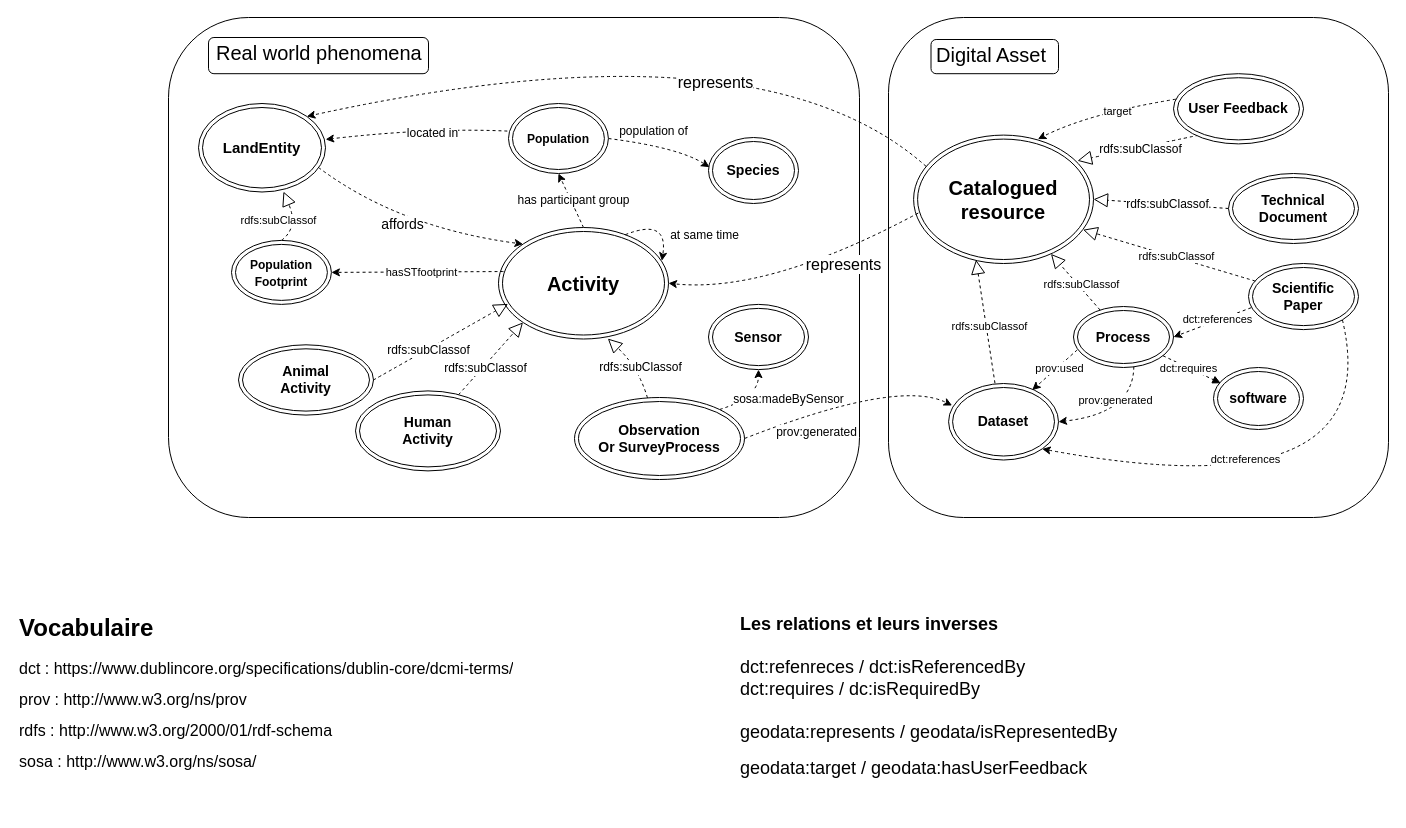
Before: page "Schema principal" (1 of 3) of docs/diagrams/model_KG_article_long.drawio in IntForOut/outdoorPressure, a draw.io diagram. Source tidied: cells renumbered, new cells numbered last; positions are measured from the earlier drawing's top-left corner, leaving out a move shared by most shapes. Both pictures are drawn from the tidied source at 100%, with x=0, y=0 at pixel (17, 17).
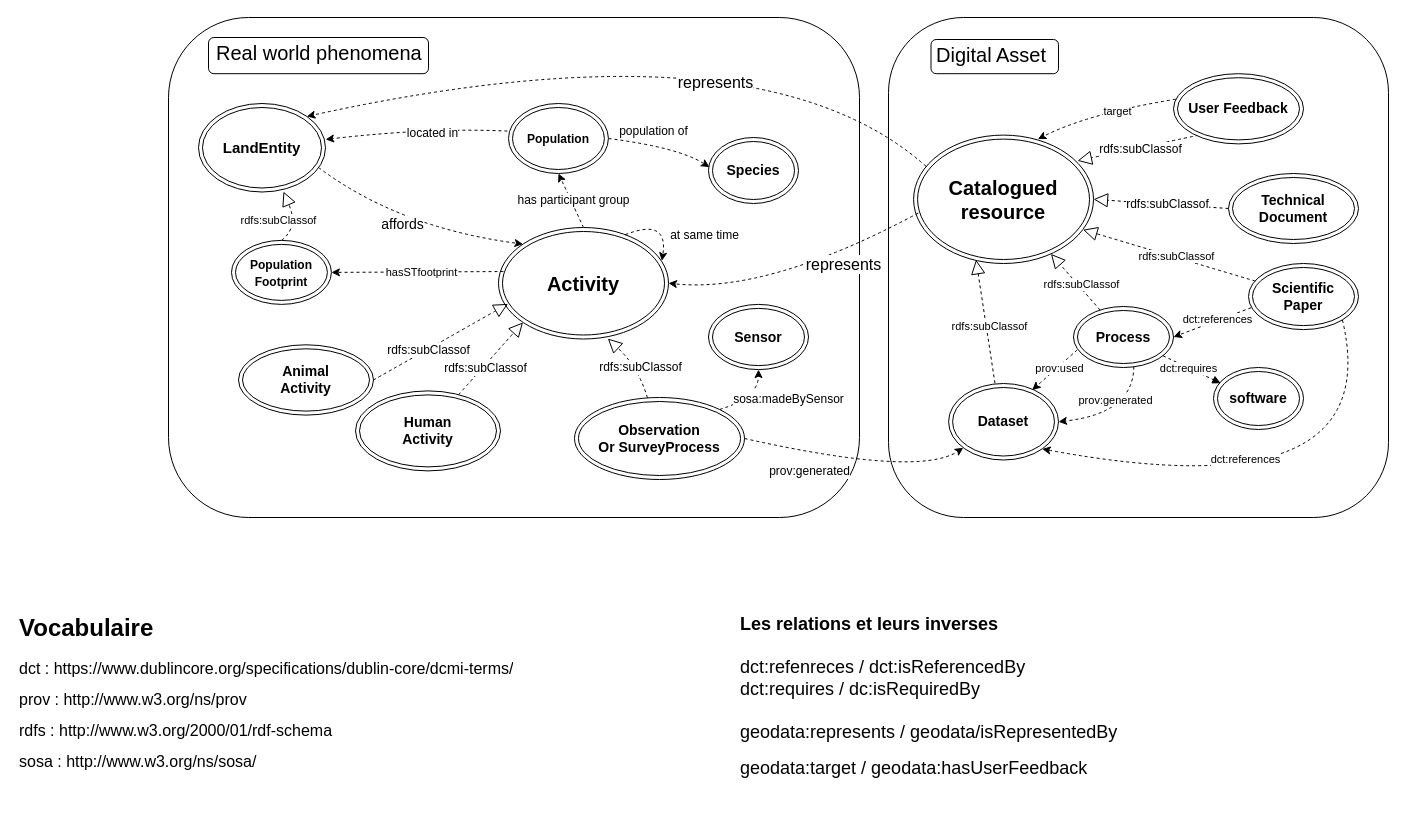
After the change.

Commit message:
Mettre à jour model_KG_article_long.drawio

Unchanged cells that the change refers to:
```xml
<mxCell id="15" value="&lt;b&gt;Observation&lt;br&gt;Or SurveyProcess&lt;/b&gt;" style="ellipse;shape=doubleEllipse;whiteSpace=wrap;html=1;fontSize=14;" parent="1" vertex="1">
  <mxGeometry x="557" y="380" width="170" height="82" as="geometry" />
</mxCell>
<mxCell id="25" value="&lt;b&gt;Dataset&lt;/b&gt;" style="ellipse;shape=doubleEllipse;whiteSpace=wrap;html=1;fontSize=14;fillColor=none;" parent="1" vertex="1">
  <mxGeometry x="931.1" y="366" width="109.9" height="76.5" as="geometry" />
</mxCell>
```

The edit, as a diff of the source:
```diff
@@
-    <mxCell id="48" style="endArrow=classic;html=1;rounded=0;exitX=1;exitY=0.5;exitDx=0;exitDy=0;entryX=0.032;entryY=0.288;entryDx=0;entryDy=0;curved=1;dashed=1;entryPerimeter=0;" parent="1" edge="1" source="15" target="25">
+    <mxCell id="48" style="endArrow=classic;html=1;rounded=0;exitX=1;exitY=0.5;exitDx=0;exitDy=0;curved=1;dashed=1;" parent="1" edge="1" source="15" target="25">
       <mxGeometry relative="1" as="geometry">
         <Array as="points">
-          <mxPoint x="881" y="361" />
+          <mxPoint x="901" y="460" />
         </Array>
       </mxGeometry>
     </mxCell>
     <mxCell id="49" value="&lt;font style=&quot;font-size: 12px;&quot;&gt;&lt;font style=&quot;&quot;&gt;prov:genera&lt;/font&gt;&lt;font style=&quot;&quot;&gt;ted&lt;/font&gt;&lt;/font&gt;" style="edgeLabel;html=1;align=center;verticalAlign=middle;" parent="48" vertex="1">
       <mxGeometry x="0.38" y="4" relative="1" as="geometry">
-        <mxPoint x="-71" y="53" as="offset" />
+        <mxPoint x="-93" y="1" as="offset" />
       </mxGeometry>
     </mxCell>
```
